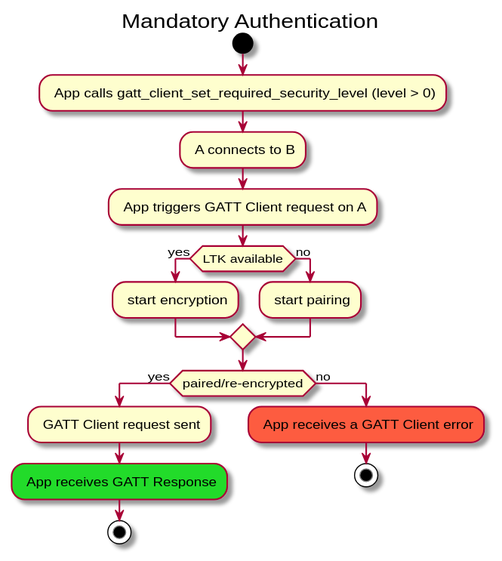
The PlantUML diagram doc/manual/docs/picts/le_security_flow_control_mandatory_authentication.svg in bluekitchen/btstack, before a commit. Its diagram source:
```plantuml
@startuml
title Mandatory Authentication
start
: App calls gatt_client_set_required_security_level (level > 0);
: A connects to B;
: App triggers GATT Client request on A;

if (LTK available) then (yes)
   : start encryption;
else (no)
   : start pairing;
endif
if (paired/re-encrypted) then (yes)
   : GATT Client request sent;
   #23DB2B : App receives GATT Response;
   stop
else (no)
   #FD5B41 : App receives a GATT Client error;
   stop
endif
@enduml
```
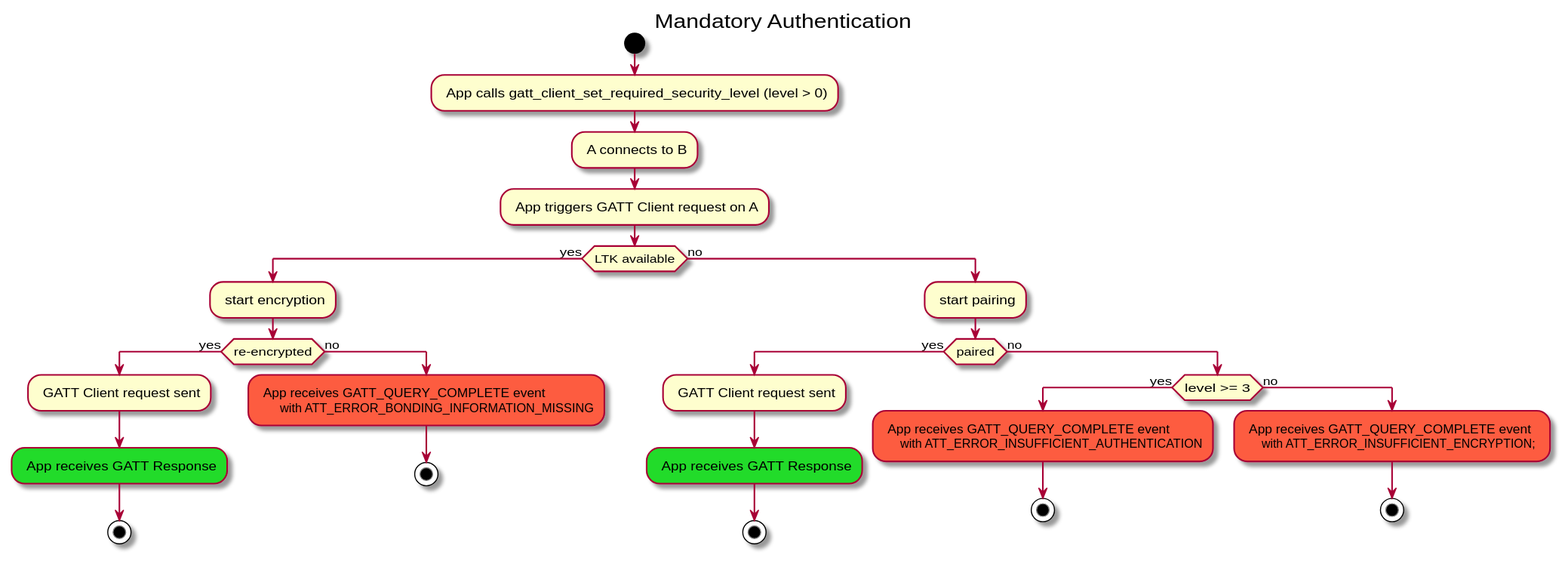
Later version of the same file.

Commit message:
doc: update le security authenticaiton flow control

The edit, as a diff of the source:
```diff
@@ -7,15 +7,32 @@
 
 if (LTK available) then (yes)
    : start encryption;
+   if (re-encrypted) then (yes)
+     : GATT Client request sent;
+     #23DB2B : App receives GATT Response;
+     stop
+  else (no)
+     #FD5B41: App receives GATT_QUERY_COMPLETE event
+          with ATT_ERROR_BONDING_INFORMATION_MISSING;
+     stop
+  endif
+
 else (no)
    : start pairing;
-endif
-if (paired/re-encrypted) then (yes)
-   : GATT Client request sent;
-   #23DB2B : App receives GATT Response;
-   stop
-else (no)
-   #FD5B41 : App receives a GATT Client error;
-   stop
-endif
+
+  if (paired) then (yes)
+     : GATT Client request sent;
+     #23DB2B : App receives GATT Response;
+     stop
+  else (no)
+    if (level >= 3) then (yes)
+      #FD5B41: App receives GATT_QUERY_COMPLETE event
+          with ATT_ERROR_INSUFFICIENT_AUTHENTICATION;
+      stop
+    else (no)
+      #FD5B41: App receives GATT_QUERY_COMPLETE event
+          with ATT_ERROR_INSUFFICIENT_ENCRYPTION;
+      stop
+    endif
+  endif
 @enduml
```
